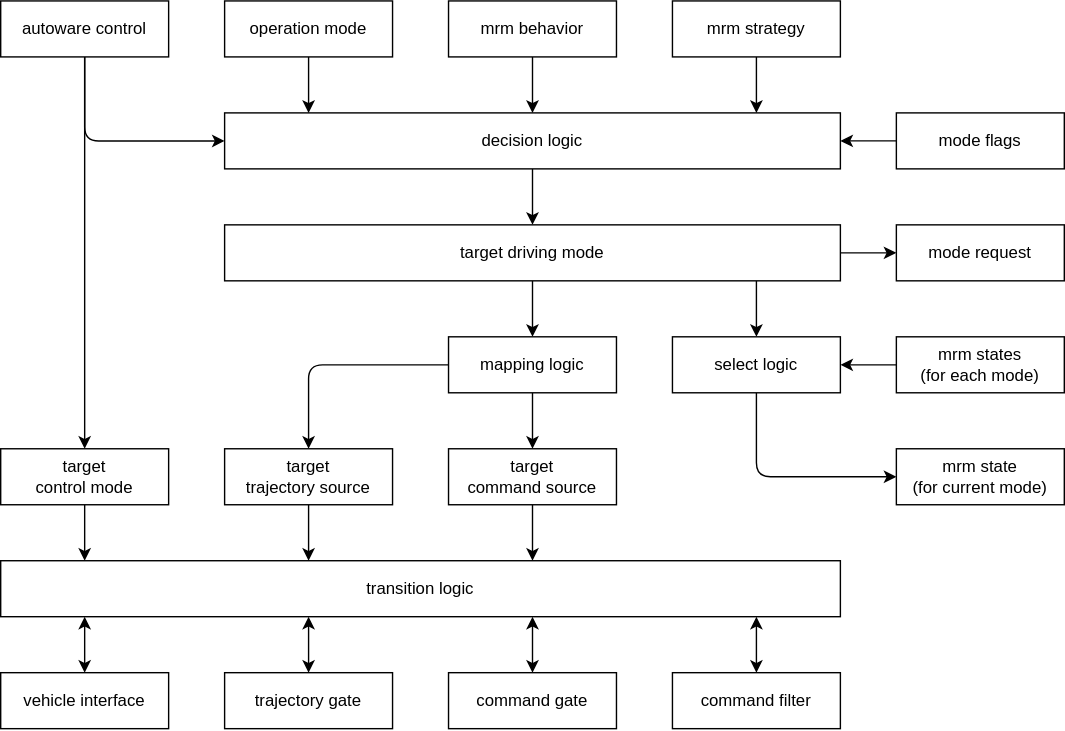
Before: system/autoware_driving_mode_manager/doc/data-flow-internal.drawio.svg, a diagram exported from draw.io (isamu-takagi/autoware_universe). Source tidied: cells renumbered, new cells last; positions are measured from the earlier drawing's top-left corner, leaving out a move shared by most shapes.
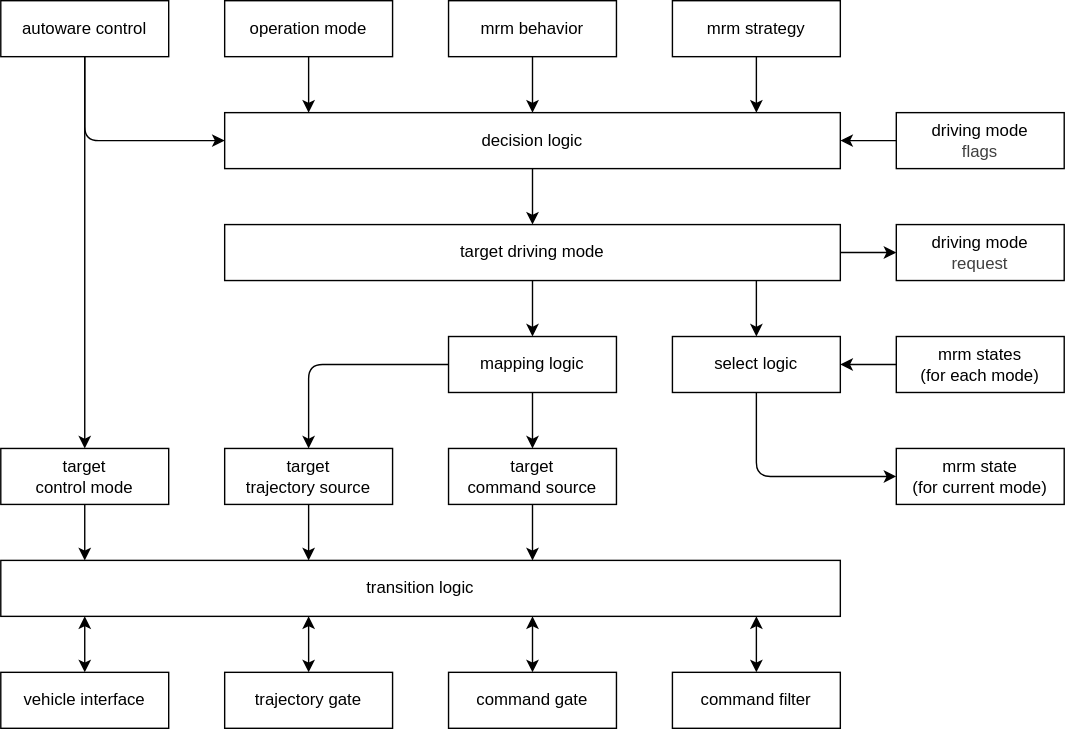
The same file after the commit.

The edit, as a diff of the source:
```diff
@@ -163,13 +163,13 @@
     <mxCell id="35" style="edgeStyle=none;html=1;" parent="1" edge="1" source="36" target="3">
       <mxGeometry relative="1" as="geometry" />
     </mxCell>
-    <mxCell id="36" value="mode flags" style="rounded=0;whiteSpace=wrap;html=1;" parent="1" vertex="1">
+    <mxCell id="36" value="&lt;span style=&quot;color: rgb(0, 0, 0);&quot;&gt;driving mode&lt;/span&gt;&lt;div style=&quot;color: rgb(63, 63, 63); scrollbar-color: rgb(226, 226, 226) rgb(251, 251, 251);&quot;&gt;flags&lt;/div&gt;" style="rounded=0;whiteSpace=wrap;html=1;" parent="1" vertex="1">
       <mxGeometry x="640" y="80" width="120" height="40" as="geometry" />
     </mxCell>
     <mxCell id="37" value="&lt;span style=&quot;color: rgb(0, 0, 0);&quot;&gt;mrm&lt;/span&gt;&amp;nbsp;state&lt;div&gt;(for current mode)&lt;/div&gt;" style="rounded=0;whiteSpace=wrap;html=1;" parent="1" vertex="1">
       <mxGeometry x="640" y="320" width="120" height="40" as="geometry" />
     </mxCell>
-    <mxCell id="38" value="mode request" style="rounded=0;whiteSpace=wrap;html=1;" parent="1" vertex="1">
+    <mxCell id="38" value="&lt;span style=&quot;color: rgb(0, 0, 0);&quot;&gt;driving mode&lt;/span&gt;&lt;div style=&quot;color: rgb(63, 63, 63); scrollbar-color: rgb(226, 226, 226) rgb(251, 251, 251);&quot;&gt;request&lt;/div&gt;" style="rounded=0;whiteSpace=wrap;html=1;" parent="1" vertex="1">
       <mxGeometry x="640" y="160" width="120" height="40" as="geometry" />
     </mxCell>
     <mxCell id="39" style="edgeStyle=orthogonalEdgeStyle;shape=connector;rounded=1;html=1;strokeColor=default;align=center;verticalAlign=middle;fontFamily=Helvetica;fontSize=11;fontColor=default;labelBackgroundColor=default;endArrow=classic;" parent="1" edge="1" source="40" target="42">
```
